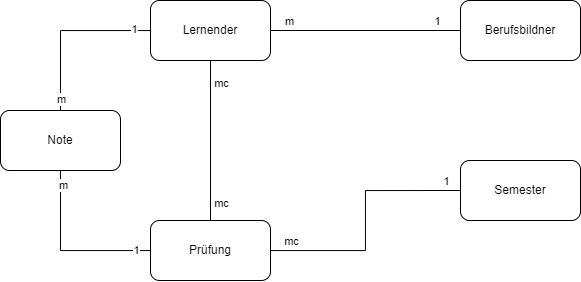
This is kn-m-02/scheme_konzeptionell.png from mariotraub/m165, a draw.io export, as it was before one commit. Source tidied: cells renumbered, new cells last; positions are measured from the earlier drawing's top-left corner, leaving out a move shared by most shapes.
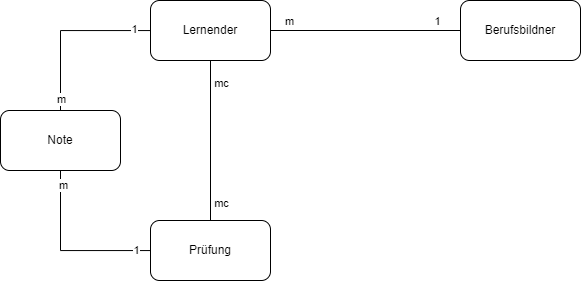
The same file after the commit.

What changed in the source:
```diff
@@ -43,19 +43,6 @@
     <mxCell id="12" value="Berufsbildner" style="rounded=1;whiteSpace=wrap;html=1;" parent="1" vertex="1">
       <mxGeometry x="460" width="120" height="60" as="geometry" />
     </mxCell>
-    <mxCell id="13" style="edgeStyle=orthogonalEdgeStyle;rounded=0;jettySize=auto;html=1;entryX=0;entryY=0.5;entryDx=0;entryDy=0;endArrow=none;startFill=0;" parent="1" edge="1" source="19" target="20">
-      <mxGeometry relative="1" as="geometry" />
-    </mxCell>
-    <mxCell id="14" value="mc" style="edgeLabel;html=1;align=center;verticalAlign=middle;" parent="13" vertex="1">
-      <mxGeometry x="-0.84" y="2" relative="1" as="geometry">
-        <mxPoint y="-8" as="offset" />
-      </mxGeometry>
-    </mxCell>
-    <mxCell id="15" value="1" style="edgeLabel;html=1;align=center;verticalAlign=middle;" parent="13" vertex="1">
-      <mxGeometry x="0.88" y="4" relative="1" as="geometry">
-        <mxPoint y="-6" as="offset" />
-      </mxGeometry>
-    </mxCell>
     <mxCell id="16" style="edgeStyle=orthogonalEdgeStyle;shape=connector;rounded=0;jettySize=auto;html=1;entryX=0.5;entryY=1;entryDx=0;entryDy=0;strokeColor=default;align=center;verticalAlign=middle;fontFamily=Helvetica;fontSize=11;fontColor=default;labelBackgroundColor=default;startFill=0;endArrow=none;" parent="1" edge="1" source="19" target="21">
       <mxGeometry relative="1" as="geometry" />
     </mxCell>
@@ -68,9 +55,6 @@
     <mxCell id="19" value="Prüfung" style="rounded=1;whiteSpace=wrap;html=1;" parent="1" vertex="1">
       <mxGeometry x="150" y="220" width="120" height="60" as="geometry" />
     </mxCell>
-    <mxCell id="20" value="Semester" style="rounded=1;whiteSpace=wrap;html=1;" parent="1" vertex="1">
-      <mxGeometry x="460" y="160" width="120" height="60" as="geometry" />
-    </mxCell>
     <mxCell id="21" value="Note" style="rounded=1;whiteSpace=wrap;html=1;" parent="1" vertex="1">
       <mxGeometry y="110" width="120" height="60" as="geometry" />
     </mxCell>
```
